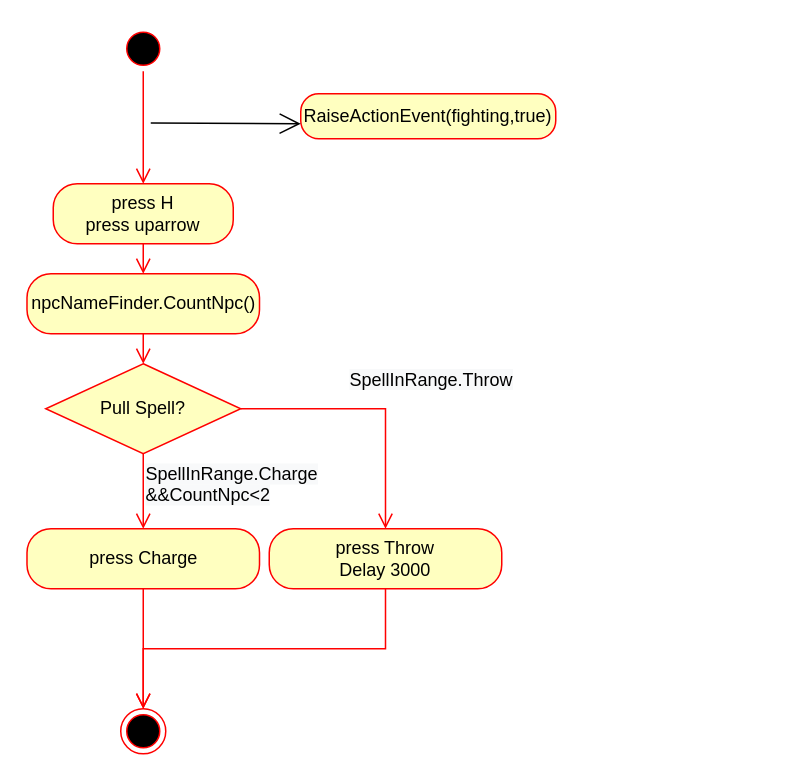
This is PullTargetAction.drawio from YannieCheung/botgrams, a draw.io file, before an edit. Source tidied: cells renumbered, new cells numbered last; positions are measured from the earlier drawing's top-left corner, leaving out a move shared by most shapes. Both pictures are drawn from the tidied source at 150%, with x=0, y=0 at pixel (27, 26).
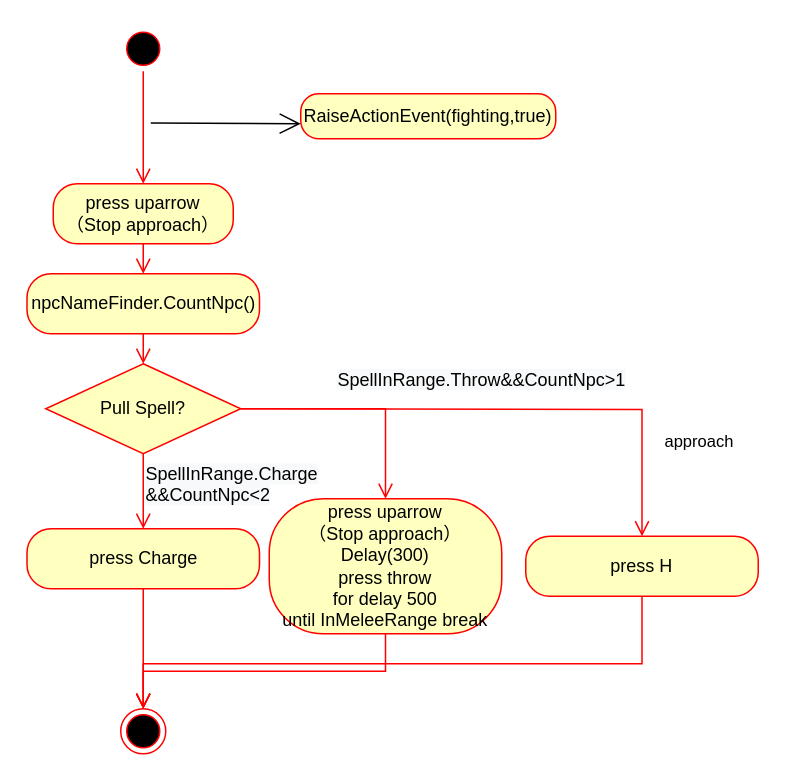
The same page after the edit.

The change refers to these unchanged cells:
```xml
<mxCell id="8" value="Pull Spell?" style="rhombus;whiteSpace=wrap;html=1;fillColor=#ffffc0;strokeColor=#ff0000;" parent="1" vertex="1">
  <mxGeometry x="12" y="225" width="130" height="60" as="geometry" />
</mxCell>
<mxCell id="14" style="ellipse;html=1;shape=endState;fillColor=#000000;strokeColor=#ff0000;" parent="1" vertex="1">
  <mxGeometry x="62" y="455" width="30" height="30" as="geometry" />
</mxCell>
```

The edit, as a diff of the source:
```diff
@@
-    <mxCell id="2" value="press H&lt;br&gt;press uparrow" style="rounded=1;whiteSpace=wrap;html=1;arcSize=40;fontColor=#000000;fillColor=#ffffc0;strokeColor=#ff0000;" parent="1" vertex="1">
+    <mxCell id="2" value="press uparrow&lt;br&gt;（Stop approach）" style="rounded=1;whiteSpace=wrap;html=1;arcSize=40;fontColor=#000000;fillColor=#ffffc0;strokeColor=#ff0000;" parent="1" vertex="1">
       <mxGeometry x="17" y="105" width="120" height="40" as="geometry" />
     </mxCell>
@@
-    <mxCell id="9" value="&lt;span style=&quot;font-size: 12px; text-align: center; background-color: rgb(248, 249, 250);&quot;&gt;SpellInRange.&lt;/span&gt;&lt;span style=&quot;font-size: 12px; text-align: center; background-color: rgb(248, 249, 250);&quot;&gt;Throw&lt;/span&gt;" style="edgeStyle=orthogonalEdgeStyle;html=1;align=left;verticalAlign=bottom;endArrow=open;endSize=8;strokeColor=#ff0000;rounded=0;entryX=0.5;entryY=0;entryDx=0;entryDy=0;" parent="1" edge="1" source="8" target="13">
+    <mxCell id="9" value="&lt;span style=&quot;font-size: 12px; text-align: center; background-color: rgb(248, 249, 250);&quot;&gt;SpellInRange.&lt;/span&gt;&lt;span style=&quot;font-size: 12px; text-align: center; background-color: rgb(248, 249, 250);&quot;&gt;Throw&lt;/span&gt;&lt;span style=&quot;font-size: 12px; text-align: center; background-color: rgb(248, 249, 250);&quot;&gt;&amp;amp;&amp;amp;CountNpc&amp;gt;1&lt;/span&gt;" style="edgeStyle=orthogonalEdgeStyle;html=1;align=left;verticalAlign=bottom;endArrow=open;endSize=8;strokeColor=#ff0000;rounded=0;entryX=0.5;entryY=0;entryDx=0;entryDy=0;" parent="1" edge="1" source="8" target="13">
       <mxGeometry x="-0.2" y="10" relative="1" as="geometry" />
     </mxCell>
@@
-    <mxCell id="13" value="press Throw&lt;br&gt;Delay 3000" style="rounded=1;whiteSpace=wrap;html=1;arcSize=40;fontColor=#000000;fillColor=#ffffc0;strokeColor=#ff0000;" parent="1" vertex="1">
-      <mxGeometry x="161" y="335" width="155" height="40" as="geometry" />
+    <mxCell id="13" value="press uparrow&lt;br&gt;（Stop approach）&lt;br&gt;Delay(300)&lt;br&gt;press throw&lt;br&gt;for delay 500 until&amp;nbsp;InMeleeRange break" style="rounded=1;whiteSpace=wrap;html=1;arcSize=40;fontColor=#000000;fillColor=#ffffc0;strokeColor=#ff0000;" parent="1" vertex="1">
+      <mxGeometry x="161" y="315" width="155" height="90" as="geometry" />
     </mxCell>
@@
+    <mxCell id="18" value="press H" style="rounded=1;whiteSpace=wrap;html=1;arcSize=40;fontColor=#000000;fillColor=#ffffc0;strokeColor=#ff0000;" parent="1" vertex="1">
+      <mxGeometry x="332" y="340" width="155" height="40" as="geometry" />
+    </mxCell>
+    <mxCell id="19" value="&lt;div style=&quot;text-align: center;&quot;&gt;approach&lt;/div&gt;" style="edgeStyle=orthogonalEdgeStyle;html=1;align=left;verticalAlign=bottom;endArrow=open;endSize=8;strokeColor=#ff0000;rounded=0;" parent="1" edge="1" target="18">
+      <mxGeometry x="0.69" y="13" relative="1" as="geometry">
+        <mxPoint x="142" y="255" as="sourcePoint" />
+        <mxPoint y="1" as="offset" />
+      </mxGeometry>
+    </mxCell>
+    <mxCell id="20" style="edgeStyle=orthogonalEdgeStyle;html=1;verticalAlign=bottom;endArrow=open;endSize=8;strokeColor=#ff0000;rounded=0;exitX=0.5;exitY=1;exitDx=0;exitDy=0;entryX=0.5;entryY=0;entryDx=0;entryDy=0;" parent="1" edge="1" source="18" target="14">
+      <mxGeometry relative="1" as="geometry">
+        <Array as="points">
+          <mxPoint x="410" y="425" />
+          <mxPoint x="77" y="425" />
+        </Array>
+      </mxGeometry>
+    </mxCell>
```
